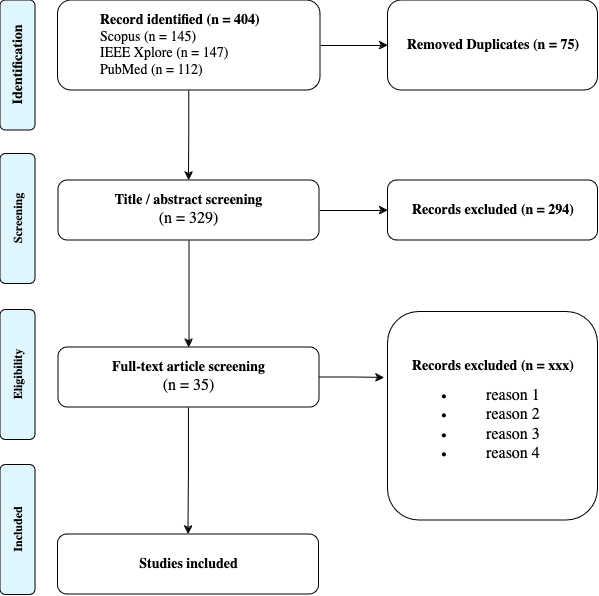
This is prisma_overview.png from Hobsyllvin/Literature-Research-Master-Thesis, a draw.io export, as it was before one commit. Source tidied: cells renumbered, new cells last; positions are measured from the earlier drawing's top-left corner, leaving out a move shared by most shapes.
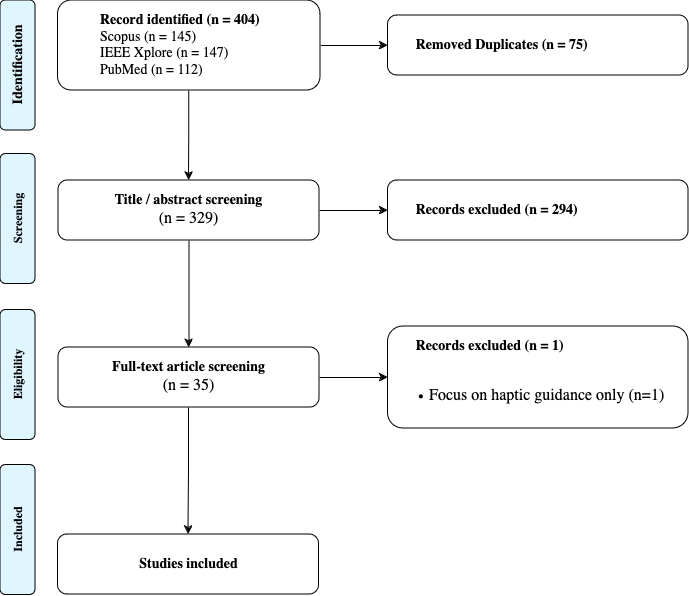
The same file after the commit.

What changed in the source:
```diff
@@ -23,20 +23,23 @@
     <mxCell id="8" style="edgeStyle=orthogonalEdgeStyle;rounded=0;jettySize=auto;html=1;" parent="1" edge="1" source="9" target="12">
       <mxGeometry relative="1" as="geometry" />
     </mxCell>
+    <mxCell id="18" style="edgeStyle=orthogonalEdgeStyle;rounded=0;jettySize=auto;html=1;" parent="1" edge="1" source="9" target="11">
+      <mxGeometry relative="1" as="geometry" />
+    </mxCell>
     <mxCell id="9" value="&lt;div&gt;&lt;b&gt;&lt;font style=&quot;font-size: 14px;&quot; face=&quot;Lucida Console&quot;&gt;Full-text article screening&lt;/font&gt;&lt;/b&gt;&lt;/div&gt;&lt;div&gt;&lt;font size=&quot;3&quot; face=&quot;EyllWLO1PdEMdmQVPUqC&quot;&gt;(n = 35)&lt;br&gt;&lt;/font&gt;&lt;/div&gt;" style="rounded=1;whiteSpace=wrap;html=1;fontSize=12;glass=0;strokeWidth=1;shadow=0;" parent="1" vertex="1">
       <mxGeometry x="106" y="347" width="261" height="60" as="geometry" />
     </mxCell>
-    <mxCell id="10" value="&lt;div&gt;&lt;b&gt;&lt;font style=&quot;font-size: 14px;&quot; face=&quot;Lucida Console&quot;&gt;Records excluded (n = 294)&lt;/font&gt;&lt;/b&gt;&lt;/div&gt;" style="rounded=1;whiteSpace=wrap;html=1;fontSize=12;glass=0;strokeWidth=1;shadow=0;" parent="1" vertex="1">
-      <mxGeometry x="435.5" y="180" width="210" height="60" as="geometry" />
+    <mxCell id="10" value="&lt;div align=&quot;left&quot;&gt;&lt;div&gt;&lt;b&gt;&lt;font style=&quot;font-size: 14px;&quot; face=&quot;Lucida Console&quot;&gt;&lt;span style=&quot;white-space: pre;&quot;&gt;&#9;&lt;/span&gt;Records excluded (n = 294)&lt;/font&gt;&lt;/b&gt;&lt;/div&gt;&lt;/div&gt;" style="rounded=1;whiteSpace=wrap;html=1;fontSize=12;glass=0;strokeWidth=1;shadow=0;align=left;" parent="1" vertex="1">
+      <mxGeometry x="435.5" y="180" width="300.5" height="60" as="geometry" />
     </mxCell>
-    <mxCell id="11" value="&lt;div&gt;&lt;b&gt;&lt;font style=&quot;font-size: 14px;&quot; face=&quot;Lucida Console&quot;&gt;Records excluded (n = xxx)&lt;/font&gt;&lt;/b&gt;&lt;/div&gt;&lt;div&gt;&lt;ul&gt;&lt;li&gt;&lt;font size=&quot;3&quot; face=&quot;mY5P2F2tdVI3r5gdOyLp&quot;&gt;reason 1&lt;/font&gt;&lt;/li&gt;&lt;li&gt;&lt;font size=&quot;3&quot; face=&quot;mY5P2F2tdVI3r5gdOyLp&quot;&gt;reason 2&lt;/font&gt;&lt;/li&gt;&lt;li&gt;&lt;font size=&quot;3&quot; face=&quot;mY5P2F2tdVI3r5gdOyLp&quot;&gt;reason 3&lt;/font&gt;&lt;/li&gt;&lt;li&gt;&lt;font size=&quot;3&quot; face=&quot;mY5P2F2tdVI3r5gdOyLp&quot;&gt;reason 4&lt;br&gt;&lt;/font&gt;&lt;/li&gt;&lt;/ul&gt;&lt;/div&gt;" style="rounded=1;whiteSpace=wrap;html=1;fontSize=12;glass=0;strokeWidth=1;shadow=0;" parent="1" vertex="1">
-      <mxGeometry x="435.5" y="311.5" width="210" height="208.5" as="geometry" />
+    <mxCell id="11" value="&lt;div align=&quot;justify&quot;&gt;&lt;b&gt;&lt;font style=&quot;font-size: 14px;&quot; face=&quot;Lucida Console&quot;&gt;&lt;span style=&quot;white-space: pre;&quot;&gt;&#9;&lt;/span&gt;Records excluded (n = 1)&lt;/font&gt;&lt;/b&gt;&lt;/div&gt;&lt;div align=&quot;justify&quot;&gt;&lt;font size=&quot;3&quot; face=&quot;mY5P2F2tdVI3r5gdOyLp&quot;&gt;&lt;br&gt;&lt;/font&gt;&lt;/div&gt;&lt;div align=&quot;justify&quot;&gt;&lt;ul&gt;&lt;li&gt;&lt;font size=&quot;3&quot; face=&quot;mY5P2F2tdVI3r5gdOyLp&quot;&gt;Focus on haptic guidance only (n=1)&lt;br&gt;&lt;/font&gt;&lt;/li&gt;&lt;/ul&gt;&lt;/div&gt;" style="rounded=1;whiteSpace=wrap;html=1;fontSize=12;glass=0;strokeWidth=1;shadow=0;align=left;" parent="1" vertex="1">
+      <mxGeometry x="435.5" y="326" width="300.5" height="102" as="geometry" />
     </mxCell>
     <mxCell id="12" value="&lt;b&gt;&lt;font style=&quot;font-size: 14px;&quot; face=&quot;Lucida Console&quot;&gt;Studies included&lt;/font&gt;&lt;/b&gt;" style="rounded=1;whiteSpace=wrap;html=1;fontSize=12;glass=0;strokeWidth=1;shadow=0;" parent="1" vertex="1">
       <mxGeometry x="105.5" y="534" width="261" height="60" as="geometry" />
     </mxCell>
-    <mxCell id="13" value="&lt;b&gt;&lt;font style=&quot;font-size: 14px;&quot; face=&quot;Lucida Console&quot;&gt;Removed Duplicates (n = 75)&lt;/font&gt;&lt;/b&gt;" style="rounded=1;whiteSpace=wrap;html=1;fontSize=12;glass=0;strokeWidth=1;shadow=0;" parent="1" vertex="1">
-      <mxGeometry x="435.5" width="210" height="90" as="geometry" />
+    <mxCell id="13" value="&lt;div align=&quot;left&quot;&gt;&lt;b&gt;&lt;font style=&quot;font-size: 14px;&quot; face=&quot;Lucida Console&quot;&gt;&lt;span style=&quot;white-space: pre;&quot;&gt;&#9;&lt;/span&gt;Removed Duplicates (n = 75)&lt;/font&gt;&lt;/b&gt;&lt;/div&gt;" style="rounded=1;whiteSpace=wrap;html=1;fontSize=12;glass=0;strokeWidth=1;shadow=0;align=left;" parent="1" vertex="1">
+      <mxGeometry x="435.5" y="15" width="300.5" height="60" as="geometry" />
     </mxCell>
     <mxCell id="14" value="&lt;font face=&quot;Lucida Console&quot; style=&quot;font-size: 14px;&quot;&gt;&lt;b&gt;Identification&lt;/b&gt;&lt;/font&gt;" style="rounded=1;whiteSpace=wrap;html=1;rotation=-90;fillColor=#E0F6FF;" parent="1" vertex="1">
       <mxGeometry x="0.5" y="47.5" width="130" height="35" as="geometry" />
@@ -50,8 +53,5 @@
     <mxCell id="17" value="&lt;font face=&quot;Lucida Console&quot;&gt;&lt;b&gt;Included&lt;/b&gt;&lt;/font&gt;" style="rounded=1;whiteSpace=wrap;html=1;rotation=-90;fillColor=#E0F6FF;" parent="1" vertex="1">
       <mxGeometry x="0.5" y="512" width="130" height="35" as="geometry" />
     </mxCell>
-    <mxCell id="18" style="edgeStyle=orthogonalEdgeStyle;rounded=0;jettySize=auto;html=1;entryX=-0.017;entryY=0.316;entryDx=0;entryDy=0;entryPerimeter=0;" parent="1" edge="1" source="9" target="11">
-      <mxGeometry relative="1" as="geometry" />
-    </mxCell>
   </root>
 </mxGraphModel>
```
